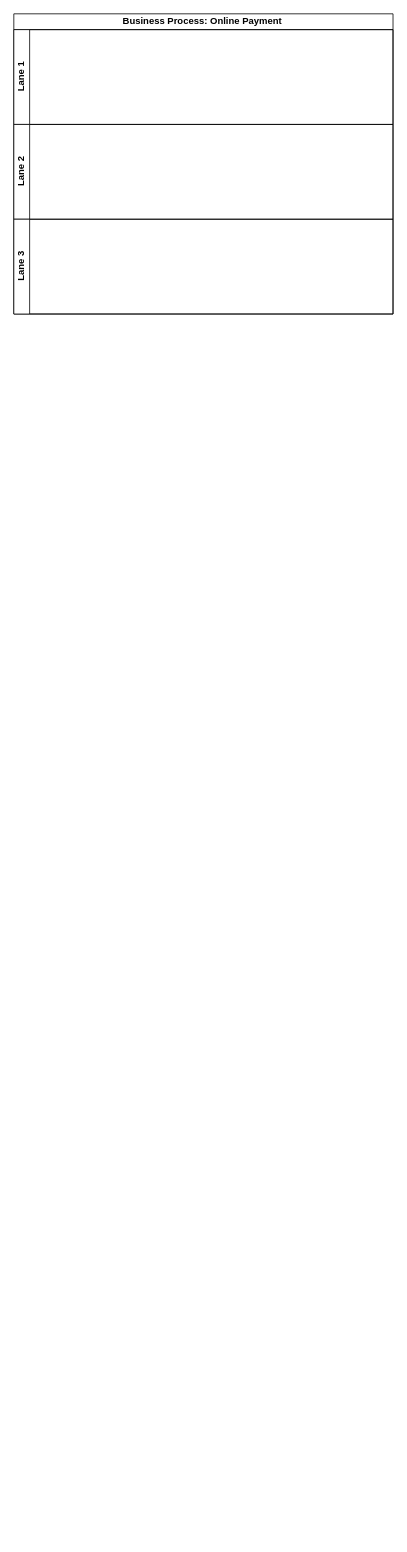
Earlier version of the draw.io diagram ningbo bank pay.drawio (yi2003/diagram). Source tidied: cells renumbered, new cells numbered last; positions are measured from the earlier drawing's top-left corner, leaving out a move shared by most shapes. Both pictures are drawn from the tidied source at 79%, with x=0, y=0 at pixel (13, 13).
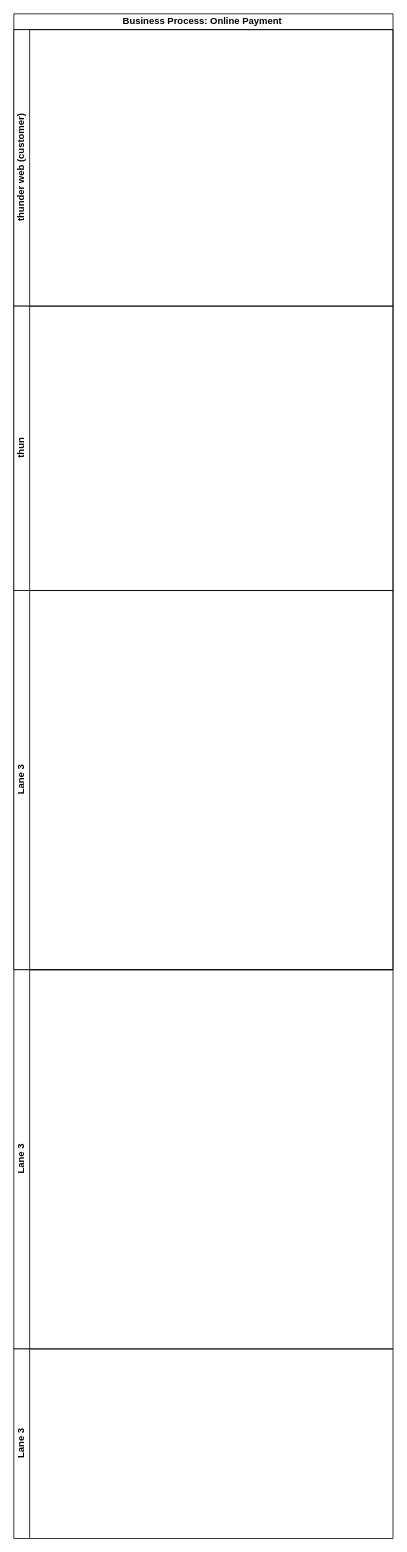
Above is the later version.

The edit, as a diff of the source:
```diff
@@
 <mxGraphModel>
   <root>
     <mxCell id="0" />
     <mxCell id="1" parent="0" />
     <mxCell id="2" value="Business Process: Online Payment&amp;nbsp;" style="swimlane;horizontal=1;startSize=20;html=1;" parent="1" vertex="1">
-      <mxGeometry width="480" height="380" as="geometry" />
+      <mxGeometry width="480" height="1210" as="geometry" />
     </mxCell>
-    <mxCell id="3" value="Lane 1" style="swimlane;startSize=20;horizontal=0;html=1;" parent="2" vertex="1">
-      <mxGeometry y="20" width="480" height="120" as="geometry" />
+    <mxCell id="3" value="thunder web (customer)" style="swimlane;startSize=20;horizontal=0;html=1;" parent="2" vertex="1">
+      <mxGeometry y="20" width="480" height="350" as="geometry" />
     </mxCell>
-    <mxCell id="4" value="Lane 2" style="swimlane;startSize=20;horizontal=0;html=1;" parent="2" vertex="1">
-      <mxGeometry y="140" width="480" height="120" as="geometry" />
+    <mxCell id="4" value="thun" style="swimlane;startSize=20;horizontal=0;html=1;" parent="2" vertex="1">
+      <mxGeometry y="370" width="480" height="360" as="geometry" />
     </mxCell>
     <mxCell id="5" value="Lane 3" style="swimlane;startSize=20;horizontal=0;html=1;" parent="2" vertex="1">
-      <mxGeometry y="260" width="480" height="120" as="geometry" />
+      <mxGeometry y="730" width="480" height="480" as="geometry" />
     </mxCell>
+    <mxCell id="6" value="Lane 3" style="swimlane;startSize=20;horizontal=0;html=1;" parent="1" vertex="1">
+      <mxGeometry y="1210" width="480" height="480" as="geometry" />
+    </mxCell>
+    <mxCell id="7" value="Lane 3" style="swimlane;startSize=20;horizontal=0;html=1;" parent="1" vertex="1">
+      <mxGeometry y="1690" width="480" height="240" as="geometry" />
+    </mxCell>
   </root>
 </mxGraphModel>
```
